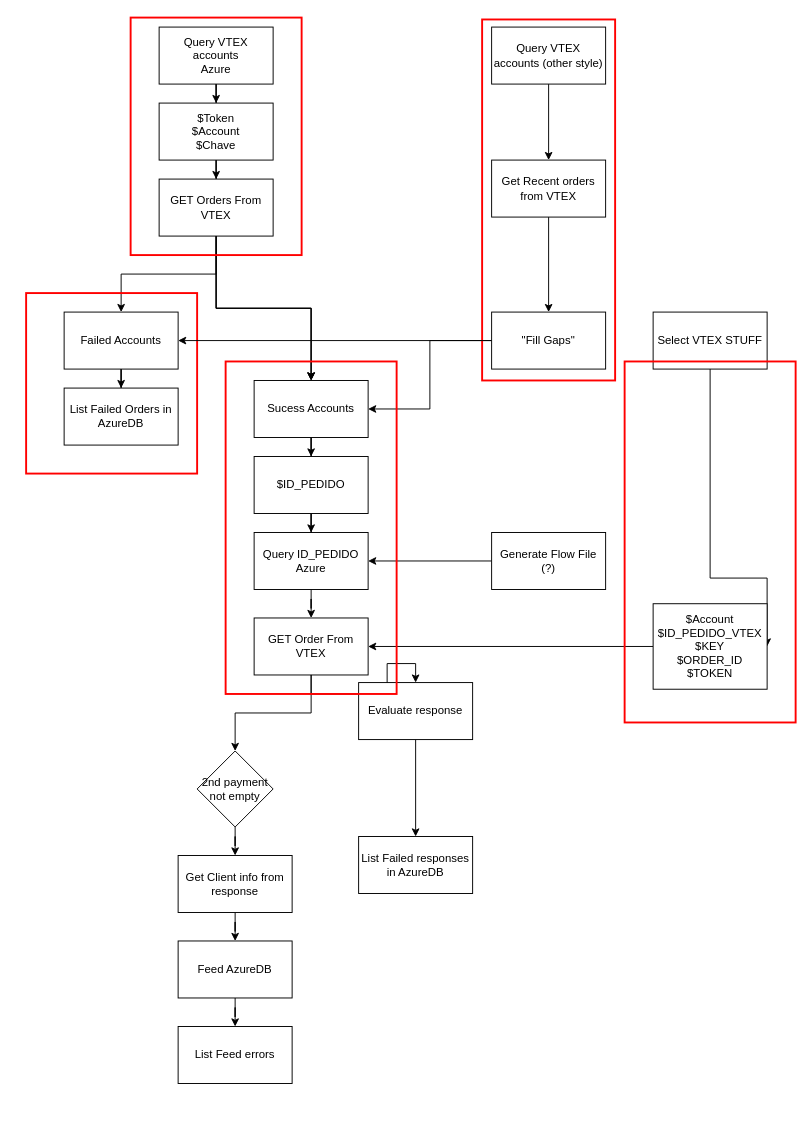
Above: diagrama.drawio in LuccioLee-selia/Projeto_NiFi_vTex_getNewOrders (draw.io), before the change. Source tidied: cells renumbered, new cells numbered last; positions are measured from the earlier drawing's top-left corner, leaving out a move shared by most shapes. Both pictures are drawn from the tidied source at 95%, with x=0, y=0 at pixel (26, 17).
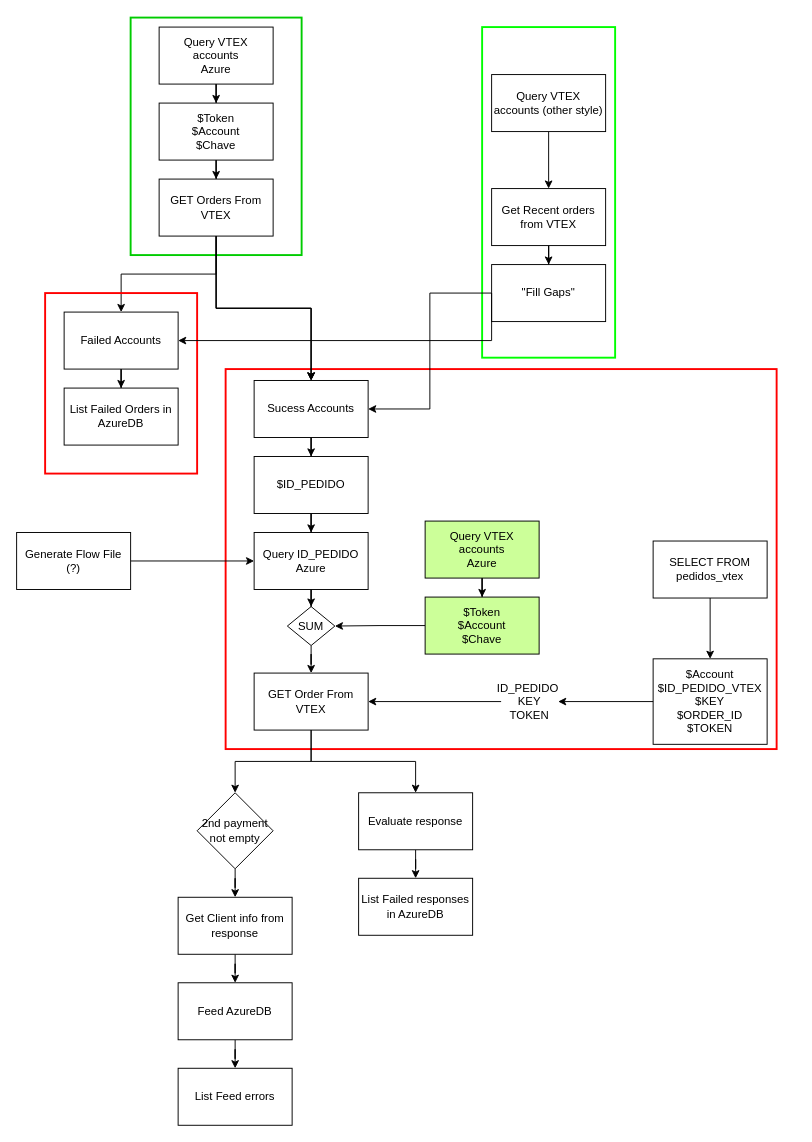
After the change.

Unchanged cells that the change refers to:
```xml
<mxCell id="14" value="Failed Accounts" style="rounded=0;whiteSpace=wrap;html=1;" parent="1" vertex="1">
  <mxGeometry x="40" y="310" width="120" height="60" as="geometry" />
</mxCell>
<mxCell id="24" value="Query ID_PEDIDO&lt;br&gt;Azure" style="rounded=0;whiteSpace=wrap;html=1;" parent="1" vertex="1">
  <mxGeometry x="240" y="542" width="120" height="60" as="geometry" />
</mxCell>
```

What changed in the source:
```diff
@@
+    <mxCell id="48" style="rounded=0;whiteSpace=wrap;html=1;fillColor=none;strokeColor=#00FF00;strokeWidth=2;" parent="1" vertex="1">
+      <mxGeometry x="480" y="10" width="140" height="348" as="geometry" />
+    </mxCell>
+    <mxCell id="47" style="rounded=0;whiteSpace=wrap;html=1;fillColor=none;strokeColor=#ff0000;strokeWidth=2;" parent="1" vertex="1">
+      <mxGeometry x="210" y="370" width="580" height="400" as="geometry" />
+    </mxCell>
+    <mxCell id="46" style="rounded=0;whiteSpace=wrap;html=1;fillColor=none;strokeColor=#00CC00;strokeWidth=2;" parent="1" vertex="1">
+      <mxGeometry x="110" width="180" height="250" as="geometry" />
+    </mxCell>
@@
     <mxCell id="18" value="Query VTEX accounts (other style)" style="rounded=0;whiteSpace=wrap;html=1;" parent="1" vertex="1">
-      <mxGeometry x="490" y="10" width="120" height="60" as="geometry" />
+      <mxGeometry x="490" y="60" width="120" height="60" as="geometry" />
     </mxCell>
@@
     <mxCell id="20" value="Get Recent orders from VTEX" style="rounded=0;whiteSpace=wrap;html=1;" parent="1" vertex="1">
-      <mxGeometry x="490" y="150" width="120" height="60" as="geometry" />
+      <mxGeometry x="490" y="180" width="120" height="60" as="geometry" />
     </mxCell>
@@
     <mxCell id="22" value="&quot;Fill Gaps&quot;" style="whiteSpace=wrap;html=1;rounded=0;" parent="1" vertex="1">
-      <mxGeometry x="490" y="310" width="120" height="60" as="geometry" />
+      <mxGeometry x="490" y="260" width="120" height="60" as="geometry" />
     </mxCell>
-    <mxCell id="23" style="edgeStyle=orthogonalEdgeStyle;rounded=0;jettySize=auto;html=1;" parent="1" edge="1" source="24" target="30">
+    <mxCell id="23" style="edgeStyle=orthogonalEdgeStyle;rounded=0;jettySize=auto;html=1;entryX=0.5;entryY=0;entryDx=0;entryDy=0;" parent="1" edge="1" source="24" target="59">
       <mxGeometry relative="1" as="geometry" />
     </mxCell>
@@
     <mxCell id="28" value="Generate Flow File&lt;br&gt;(?)" style="rounded=0;whiteSpace=wrap;html=1;" parent="1" vertex="1">
-      <mxGeometry x="490" y="542" width="120" height="60" as="geometry" />
+      <mxGeometry x="-10" y="542" width="120" height="60" as="geometry" />
     </mxCell>
@@
     <mxCell id="30" value="GET Order From VTEX" style="rounded=0;whiteSpace=wrap;html=1;" parent="1" vertex="1">
-      <mxGeometry x="240" y="632" width="120" height="60" as="geometry" />
+      <mxGeometry x="240" y="690" width="120" height="60" as="geometry" />
     </mxCell>
-    <mxCell id="31" style="edgeStyle=orthogonalEdgeStyle;rounded=0;jettySize=auto;html=1;entryX=1;entryY=0.5;entryDx=0;entryDy=0;" parent="1" edge="1" source="34" target="30">
+    <mxCell id="31" style="edgeStyle=orthogonalEdgeStyle;rounded=0;jettySize=auto;html=1;entryX=1;entryY=0.5;entryDx=0;entryDy=0;" parent="1" edge="1" source="53" target="30">
       <mxGeometry relative="1" as="geometry" />
     </mxCell>
-    <mxCell id="32" value="Select VTEX STUFF" style="rounded=0;whiteSpace=wrap;html=1;" parent="1" vertex="1">
-      <mxGeometry x="660" y="310" width="120" height="60" as="geometry" />
+    <mxCell id="32" value="SELECT FROM pedidos_vtex" style="rounded=0;whiteSpace=wrap;html=1;" parent="1" vertex="1">
+      <mxGeometry x="660" y="551" width="120" height="60" as="geometry" />
     </mxCell>
-    <mxCell id="33" style="edgeStyle=orthogonalEdgeStyle;rounded=0;jettySize=auto;html=1;entryX=1;entryY=0.5;entryDx=0;entryDy=0;" parent="1" edge="1" source="32" target="34">
-      <mxGeometry relative="1" as="geometry">
-        <Array as="points">
-          <mxPoint x="720" y="590" />
-        </Array>
-      </mxGeometry>
+    <mxCell id="33" style="edgeStyle=orthogonalEdgeStyle;rounded=0;jettySize=auto;html=1;" parent="1" edge="1" source="32" target="34">
+      <mxGeometry relative="1" as="geometry" />
     </mxCell>
     <mxCell id="34" value="$Account&lt;br&gt;$ID_PEDIDO_VTEX&lt;br&gt;$KEY&lt;br&gt;$ORDER_ID&lt;br&gt;$TOKEN" style="rounded=0;whiteSpace=wrap;html=1;" parent="1" vertex="1">
-      <mxGeometry x="660" y="617" width="120" height="90" as="geometry" />
+      <mxGeometry x="660" y="675" width="120" height="90" as="geometry" />
     </mxCell>
@@
     <mxCell id="36" value="Evaluate response" style="rounded=0;whiteSpace=wrap;html=1;" parent="1" vertex="1">
-      <mxGeometry x="350" y="700" width="120" height="60" as="geometry" />
+      <mxGeometry x="350" y="816" width="120" height="60" as="geometry" />
     </mxCell>
     <mxCell id="37" value="List Failed responses in AzureDB" style="rounded=0;whiteSpace=wrap;html=1;" parent="1" vertex="1">
-      <mxGeometry x="350" y="862" width="120" height="60" as="geometry" />
+      <mxGeometry x="350" y="906" width="120" height="60" as="geometry" />
     </mxCell>
@@
     <mxCell id="40" value="2nd payment not empty" style="rhombus;whiteSpace=wrap;html=1;" parent="1" vertex="1">
-      <mxGeometry x="180" y="772" width="80" height="80" as="geometry" />
+      <mxGeometry x="180" y="816" width="80" height="80" as="geometry" />
     </mxCell>
@@
     <mxCell id="42" value="Get Client info from response" style="rounded=0;whiteSpace=wrap;html=1;" parent="1" vertex="1">
-      <mxGeometry x="160" y="882" width="120" height="60" as="geometry" />
+      <mxGeometry x="160" y="926" width="120" height="60" as="geometry" />
     </mxCell>
@@
     <mxCell id="44" value="Feed AzureDB" style="rounded=0;whiteSpace=wrap;html=1;" parent="1" vertex="1">
-      <mxGeometry x="160" y="972" width="120" height="60" as="geometry" />
+      <mxGeometry x="160" y="1016" width="120" height="60" as="geometry" />
     </mxCell>
     <mxCell id="45" value="List Feed errors" style="rounded=0;whiteSpace=wrap;html=1;" parent="1" vertex="1">
-      <mxGeometry x="160" y="1062" width="120" height="60" as="geometry" />
+      <mxGeometry x="160" y="1106" width="120" height="60" as="geometry" />
     </mxCell>
-    <mxCell id="46" style="rounded=0;whiteSpace=wrap;html=1;fillColor=none;strokeColor=#ff0000;strokeWidth=2;" parent="1" vertex="1">
-      <mxGeometry x="110" width="180" height="250" as="geometry" />
-    </mxCell>
-    <mxCell id="47" style="rounded=0;whiteSpace=wrap;html=1;fillColor=none;strokeColor=#ff0000;strokeWidth=2;" parent="1" vertex="1">
-      <mxGeometry x="210" y="362" width="180" height="350" as="geometry" />
-    </mxCell>
-    <mxCell id="48" style="rounded=0;whiteSpace=wrap;html=1;fillColor=none;strokeColor=#ff0000;strokeWidth=2;" parent="1" vertex="1">
-      <mxGeometry x="480" y="2" width="140" height="380" as="geometry" />
-    </mxCell>
-    <mxCell id="49" style="rounded=0;whiteSpace=wrap;html=1;fillColor=none;strokeColor=#ff0000;strokeWidth=2;" parent="1" vertex="1">
-      <mxGeometry x="630" y="362" width="180" height="380" as="geometry" />
-    </mxCell>
     <mxCell id="50" style="rounded=0;whiteSpace=wrap;html=1;fillColor=none;strokeColor=#ff0000;strokeWidth=2;" parent="1" vertex="1">
-      <mxGeometry y="290" width="180" height="190" as="geometry" />
+      <mxGeometry x="20" y="290" width="160" height="190" as="geometry" />
     </mxCell>
     <mxCell id="51" style="edgeStyle=orthogonalEdgeStyle;rounded=0;jettySize=auto;html=1;exitX=0;exitY=0.5;exitDx=0;exitDy=0;entryX=1;entryY=0.5;entryDx=0;entryDy=0;" parent="1" edge="1" source="22" target="14">
       <mxGeometry relative="1" as="geometry">
         <Array as="points">
-          <mxPoint x="440" y="340" />
-          <mxPoint x="440" y="340" />
+          <mxPoint x="490" y="340" />
         </Array>
       </mxGeometry>
     </mxCell>
+    <mxCell id="52" style="edgeStyle=orthogonalEdgeStyle;rounded=0;jettySize=auto;html=1;entryX=1;entryY=0.5;entryDx=0;entryDy=0;" parent="1" edge="1" source="34" target="53">
+      <mxGeometry relative="1" as="geometry" />
+    </mxCell>
+    <mxCell id="53" value="ID_PEDIDO&amp;nbsp;&lt;br&gt;KEY&lt;br&gt;TOKEN" style="text;html=1;strokeColor=none;fillColor=none;align=center;verticalAlign=middle;whiteSpace=wrap;rounded=0;" parent="1" vertex="1">
+      <mxGeometry x="500" y="705" width="60" height="30" as="geometry" />
+    </mxCell>
+    <mxCell id="54" style="edgeStyle=orthogonalEdgeStyle;rounded=0;jettySize=auto;html=1;" parent="1" edge="1" source="55" target="57">
+      <mxGeometry relative="1" as="geometry" />
+    </mxCell>
+    <mxCell id="55" value="Query VTEX accounts&lt;br&gt;Azure" style="rounded=0;whiteSpace=wrap;html=1;fillColor=#CCFF99;" parent="1" vertex="1">
+      <mxGeometry x="420" y="530" width="120" height="60" as="geometry" />
+    </mxCell>
+    <mxCell id="56" style="edgeStyle=orthogonalEdgeStyle;rounded=0;jettySize=auto;html=1;entryX=1;entryY=0.5;entryDx=0;entryDy=0;" parent="1" edge="1" source="57" target="59">
+      <mxGeometry relative="1" as="geometry" />
+    </mxCell>
+    <mxCell id="57" value="$Token&lt;br&gt;$Account&lt;br&gt;$Chave" style="rounded=0;whiteSpace=wrap;html=1;fillColor=#CCFF99;" parent="1" vertex="1">
+      <mxGeometry x="420" y="610" width="120" height="60" as="geometry" />
+    </mxCell>
+    <mxCell id="58" style="edgeStyle=orthogonalEdgeStyle;rounded=0;jettySize=auto;html=1;exitX=0.5;exitY=1;exitDx=0;exitDy=0;" parent="1" edge="1" source="59" target="30">
+      <mxGeometry relative="1" as="geometry" />
+    </mxCell>
+    <mxCell id="59" value="SUM" style="rhombus;whiteSpace=wrap;html=1;" parent="1" vertex="1">
+      <mxGeometry x="275" y="620" width="50" height="41" as="geometry" />
+    </mxCell>
```
